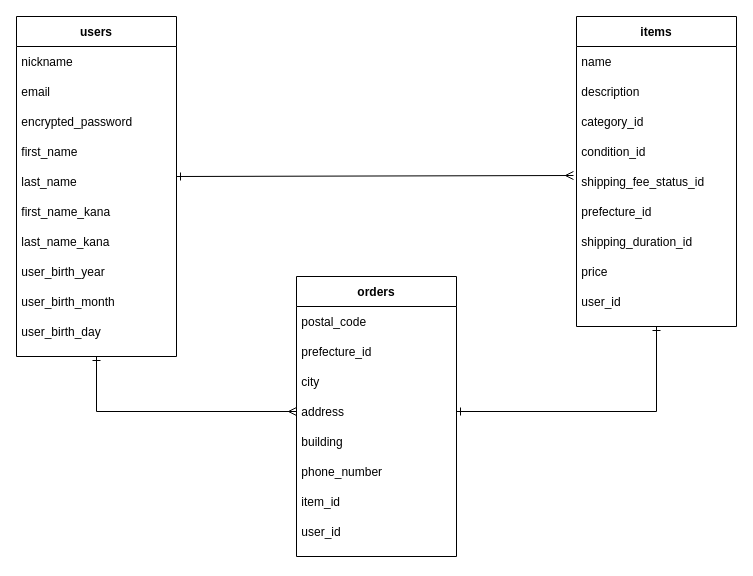
This is er.dio from miwakos/furima-36089, a draw.io file, before an edit. Source tidied: cells renumbered, new cells numbered last; positions are measured from the earlier drawing's top-left corner, leaving out a move shared by most shapes. Both pictures are drawn from the tidied source at 100%, with x=0, y=0 at pixel (16, 16).
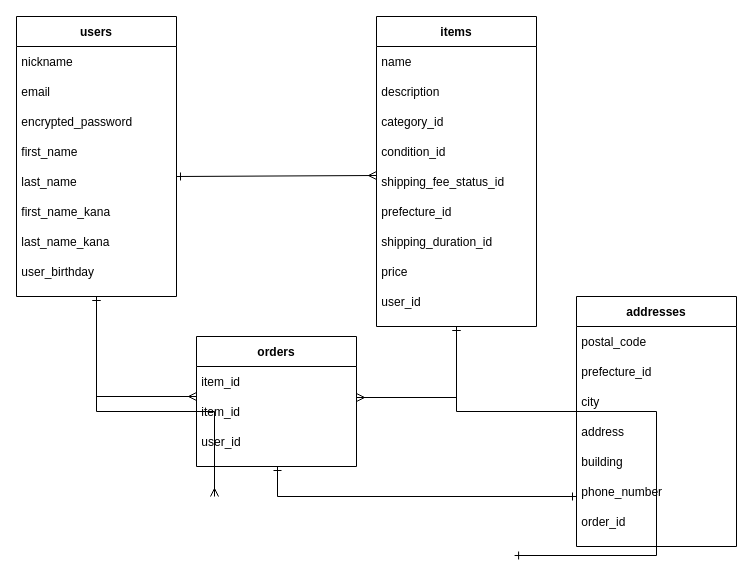
The same diagram, later.

Commit message (it also covers changes not shown here):
データベース設計の修正

The change refers to these unchanged cells:
```xml
<mxCell id="32" style="shape=partialRectangle;fillColor=none;top=0;left=0;bottom=0;right=0;points=[[0,0.5],[1,0.5]];portConstraint=eastwest;" parent="23" vertex="1">
  <mxGeometry y="150" width="160" height="30" as="geometry" />
</mxCell>
```

Change to the diagram source:
```diff
@@
     <mxCell id="2" value="users" style="shape=table;startSize=30;childLayout=tableLayout;rowLines=0;fontStyle=1;align=center;" parent="1" vertex="1">
-      <mxGeometry width="160" height="340" as="geometry" />
+      <mxGeometry width="160" height="280" as="geometry" />
     </mxCell>
@@
-    <mxCell id="17" style="shape=partialRectangle;fillColor=none;top=0;left=0;bottom=0;right=0;" parent="2" vertex="1">
-      <mxGeometry y="240" width="160" height="30" as="geometry" />
-    </mxCell>
-    <mxCell id="18" value=" user_birth_year" style="shape=partialRectangle;fillColor=none;top=0;left=0;bottom=0;right=0;overflow=hidden;align=left;" parent="17" vertex="1">
-      <mxGeometry width="160" height="30" as="geometry" />
-    </mxCell>
-    <mxCell id="19" style="shape=partialRectangle;fillColor=none;top=0;left=0;bottom=0;right=0;" parent="2" vertex="1">
-      <mxGeometry y="270" width="160" height="30" as="geometry" />
-    </mxCell>
-    <mxCell id="20" value=" user_birth_month" style="shape=partialRectangle;fillColor=none;top=0;left=0;bottom=0;right=0;overflow=hidden;align=left;" parent="19" vertex="1">
-      <mxGeometry width="160" height="30" as="geometry" />
-    </mxCell>
     <mxCell id="21" style="shape=partialRectangle;fillColor=none;top=0;left=0;bottom=0;right=0;" parent="2" vertex="1">
-      <mxGeometry y="300" width="160" height="30" as="geometry" />
+      <mxGeometry y="240" width="160" height="30" as="geometry" />
     </mxCell>
-    <mxCell id="22" value=" user_birth_day" style="shape=partialRectangle;fillColor=none;top=0;left=0;bottom=0;right=0;overflow=hidden;align=left;" parent="21" vertex="1">
+    <mxCell id="22" value=" user_birthday" style="shape=partialRectangle;fillColor=none;top=0;left=0;bottom=0;right=0;overflow=hidden;align=left;" parent="21" vertex="1">
       <mxGeometry width="160" height="30" as="geometry" />
     </mxCell>
     <mxCell id="23" value="items" style="shape=table;startSize=30;childLayout=tableLayout;rowLines=0;fontStyle=1;align=center;" parent="1" vertex="1">
-      <mxGeometry x="560" width="160" height="310" as="geometry" />
+      <mxGeometry x="360" width="160" height="310" as="geometry" />
     </mxCell>
@@
     <mxCell id="42" value="orders" style="shape=table;startSize=30;childLayout=tableLayout;rowLines=0;fontStyle=1;align=center;" parent="1" vertex="1">
-      <mxGeometry x="280" y="260" width="160" height="280" as="geometry" />
+      <mxGeometry x="180" y="320" width="160" height="130" as="geometry" />
     </mxCell>
+    <mxCell id="55" style="shape=partialRectangle;fillColor=none;top=0;left=0;bottom=0;right=0;" parent="42" vertex="1">
+      <mxGeometry y="30" width="160" height="30" as="geometry" />
+    </mxCell>
+    <mxCell id="56" value=" item_id" style="shape=partialRectangle;fillColor=none;top=0;left=0;bottom=0;right=0;overflow=hidden;align=left;" parent="55" vertex="1">
+      <mxGeometry width="160" height="30" as="geometry" />
+    </mxCell>
+    <mxCell id="62" style="shape=partialRectangle;fillColor=none;top=0;left=0;bottom=0;right=0;" parent="42" vertex="1">
+      <mxGeometry y="60" width="160" height="30" as="geometry" />
+    </mxCell>
+    <mxCell id="63" value=" item_id" style="shape=partialRectangle;fillColor=none;top=0;left=0;bottom=0;right=0;overflow=hidden;align=left;" parent="62" vertex="1">
+      <mxGeometry width="160" height="30" as="geometry" />
+    </mxCell>
+    <mxCell id="57" style="shape=partialRectangle;fillColor=none;top=0;left=0;bottom=0;right=0;" parent="42" vertex="1">
+      <mxGeometry y="90" width="160" height="30" as="geometry" />
+    </mxCell>
+    <mxCell id="58" value=" user_id" style="shape=partialRectangle;fillColor=none;top=0;left=0;bottom=0;right=0;overflow=hidden;align=left;" parent="57" vertex="1">
+      <mxGeometry width="160" height="30" as="geometry" />
+    </mxCell>
+    <mxCell id="59" style="fontSize=12;html=1;endArrow=ERmany;startArrow=ERone;startFill=0;endFill=0;rounded=0;" parent="1" edge="1">
+      <mxGeometry relative="1" as="geometry">
+        <mxPoint x="160" y="160" as="sourcePoint" />
+        <mxPoint x="360" y="159" as="targetPoint" />
+      </mxGeometry>
+    </mxCell>
+    <mxCell id="60" style="edgeStyle=orthogonalEdgeStyle;fontSize=12;html=1;endArrow=ERmany;startArrow=ERone;startFill=0;endFill=0;rounded=0;exitX=0.5;exitY=1;exitDx=0;exitDy=0;entryX=0;entryY=0.5;entryDx=0;entryDy=0;" parent="1" edge="1" source="2">
+      <mxGeometry relative="1" as="geometry">
+        <mxPoint x="198" y="480" as="targetPoint" />
+        <Array as="points">
+          <mxPoint x="80" y="395" />
+        </Array>
+      </mxGeometry>
+    </mxCell>
+    <mxCell id="61" style="edgeStyle=orthogonalEdgeStyle;fontSize=12;html=1;endArrow=ERone;startArrow=ERone;entryX=1;entryY=0.5;entryDx=0;entryDy=0;startFill=0;endFill=0;rounded=0;exitX=0.5;exitY=1;exitDx=0;exitDy=0;" parent="1" edge="1" source="23">
+      <mxGeometry relative="1" as="geometry">
+        <mxPoint x="498.1" y="539" as="targetPoint" />
+        <Array as="points">
+          <mxPoint x="640" y="395" />
+        </Array>
+      </mxGeometry>
+    </mxCell>
+    <mxCell id="64" value="addresses" style="shape=table;startSize=30;childLayout=tableLayout;rowLines=0;fontStyle=1;align=center;" parent="1" vertex="1">
+      <mxGeometry x="560" y="280" width="160" height="250" as="geometry" />
+    </mxCell>
-    <mxCell id="43" style="shape=partialRectangle;fillColor=none;top=0;left=0;bottom=0;right=0;" parent="42" vertex="1">
+    <mxCell id="43" style="shape=partialRectangle;fillColor=none;top=0;left=0;bottom=0;right=0;" parent="64" vertex="1">
       <mxGeometry y="30" width="160" height="30" as="geometry" />
     </mxCell>
@@
-    <mxCell id="45" style="shape=partialRectangle;fillColor=none;top=0;left=0;bottom=0;right=0;" parent="42" vertex="1">
-      <mxGeometry y="60" width="160" height="30" as="geometry" />
-    </mxCell>
+    <mxCell id="65" style="shape=partialRectangle;fillColor=none;top=0;left=0;bottom=0;right=0;" parent="64" vertex="1">
+      <mxGeometry y="60" width="160" height="30" as="geometry" />
+    </mxCell>
-    <mxCell id="46" value=" prefecture_id" style="shape=partialRectangle;fillColor=none;top=0;left=0;bottom=0;right=0;overflow=hidden;align=left;" parent="45" vertex="1">
+    <mxCell id="46" value=" prefecture_id" style="shape=partialRectangle;fillColor=none;top=0;left=0;bottom=0;right=0;overflow=hidden;align=left;" parent="65" vertex="1">
       <mxGeometry width="160" height="30" as="geometry" />
     </mxCell>
-    <mxCell id="47" style="shape=partialRectangle;fillColor=none;top=0;left=0;bottom=0;right=0;" parent="42" vertex="1">
+    <mxCell id="47" style="shape=partialRectangle;fillColor=none;top=0;left=0;bottom=0;right=0;" parent="64" vertex="1">
       <mxGeometry y="90" width="160" height="30" as="geometry" />
     </mxCell>
@@
-    <mxCell id="49" style="shape=partialRectangle;fillColor=none;top=0;left=0;bottom=0;right=0;points=[[0,0.5],[1,0.5]];portConstraint=eastwest;" parent="42" vertex="1">
+    <mxCell id="49" style="shape=partialRectangle;fillColor=none;top=0;left=0;bottom=0;right=0;points=[[0,0.5],[1,0.5]];portConstraint=eastwest;" parent="64" vertex="1">
       <mxGeometry y="120" width="160" height="30" as="geometry" />
     </mxCell>
@@
-    <mxCell id="51" style="shape=partialRectangle;fillColor=none;top=0;left=0;bottom=0;right=0;" parent="42" vertex="1">
+    <mxCell id="51" style="shape=partialRectangle;fillColor=none;top=0;left=0;bottom=0;right=0;" parent="64" vertex="1">
       <mxGeometry y="150" width="160" height="30" as="geometry" />
     </mxCell>
@@
-    <mxCell id="53" style="shape=partialRectangle;fillColor=none;top=0;left=0;bottom=0;right=0;" parent="42" vertex="1">
+    <mxCell id="53" style="shape=partialRectangle;fillColor=none;top=0;left=0;bottom=0;right=0;" parent="64" vertex="1">
       <mxGeometry y="180" width="160" height="30" as="geometry" />
     </mxCell>
@@
-    <mxCell id="55" style="shape=partialRectangle;fillColor=none;top=0;left=0;bottom=0;right=0;" parent="42" vertex="1">
-      <mxGeometry y="210" width="160" height="30" as="geometry" />
-    </mxCell>
-    <mxCell id="56" value=" item_id" style="shape=partialRectangle;fillColor=none;top=0;left=0;bottom=0;right=0;overflow=hidden;align=left;" parent="55" vertex="1">
-      <mxGeometry width="160" height="30" as="geometry" />
-    </mxCell>
-    <mxCell id="57" style="shape=partialRectangle;fillColor=none;top=0;left=0;bottom=0;right=0;" parent="42" vertex="1">
-      <mxGeometry y="240" width="160" height="30" as="geometry" />
-    </mxCell>
-    <mxCell id="58" value=" user_id" style="shape=partialRectangle;fillColor=none;top=0;left=0;bottom=0;right=0;overflow=hidden;align=left;" parent="57" vertex="1">
-      <mxGeometry width="160" height="30" as="geometry" />
-    </mxCell>
-    <mxCell id="59" style="fontSize=12;html=1;endArrow=ERmany;startArrow=ERone;entryX=-0.019;entryY=0.3;entryDx=0;entryDy=0;entryPerimeter=0;startFill=0;endFill=0;rounded=0;" parent="1" edge="1" target="32">
-      <mxGeometry relative="1" as="geometry">
-        <mxPoint x="160" y="160" as="sourcePoint" />
-      </mxGeometry>
-    </mxCell>
-    <mxCell id="60" style="edgeStyle=orthogonalEdgeStyle;fontSize=12;html=1;endArrow=ERmany;startArrow=ERone;startFill=0;endFill=0;rounded=0;exitX=0.5;exitY=1;exitDx=0;exitDy=0;entryX=0;entryY=0.5;entryDx=0;entryDy=0;" parent="1" edge="1" source="2" target="49">
-      <mxGeometry relative="1" as="geometry">
-        <Array as="points">
-          <mxPoint x="80" y="395" />
-        </Array>
-      </mxGeometry>
-    </mxCell>
-    <mxCell id="61" style="edgeStyle=orthogonalEdgeStyle;fontSize=12;html=1;endArrow=ERone;startArrow=ERone;entryX=1;entryY=0.5;entryDx=0;entryDy=0;startFill=0;endFill=0;rounded=0;exitX=0.5;exitY=1;exitDx=0;exitDy=0;" parent="1" edge="1" source="23" target="49">
-      <mxGeometry relative="1" as="geometry">
-        <Array as="points">
-          <mxPoint x="640" y="395" />
-        </Array>
-      </mxGeometry>
-    </mxCell>
+    <mxCell id="66" style="shape=partialRectangle;fillColor=none;top=0;left=0;bottom=0;right=0;" parent="64" vertex="1">
+      <mxGeometry y="210" width="160" height="30" as="geometry" />
+    </mxCell>
+    <mxCell id="67" value=" order_id" style="shape=partialRectangle;fillColor=none;top=0;left=0;bottom=0;right=0;overflow=hidden;align=left;" parent="66" vertex="1">
+      <mxGeometry width="160" height="30" as="geometry" />
+    </mxCell>
+    <mxCell id="68" style="edgeStyle=orthogonalEdgeStyle;fontSize=12;html=1;endArrow=ERmany;rounded=0;startArrow=ERone;startFill=0;exitX=0.5;exitY=1;exitDx=0;exitDy=0;" parent="1" edge="1" source="2">
+      <mxGeometry relative="1" as="geometry">
+        <mxPoint x="180" y="380" as="targetPoint" />
+        <Array as="points">
+          <mxPoint x="80" y="380" />
+        </Array>
+      </mxGeometry>
+    </mxCell>
+    <mxCell id="69" style="edgeStyle=orthogonalEdgeStyle;fontSize=12;html=1;endArrow=ERmany;rounded=0;startArrow=ERone;startFill=0;" parent="1" edge="1">
+      <mxGeometry relative="1" as="geometry">
+        <mxPoint x="440" y="310" as="sourcePoint" />
+        <mxPoint x="340" y="381" as="targetPoint" />
+        <Array as="points">
+          <mxPoint x="440" y="381" />
+        </Array>
+      </mxGeometry>
+    </mxCell>
+    <mxCell id="70" style="edgeStyle=orthogonalEdgeStyle;fontSize=12;html=1;endArrow=ERone;rounded=0;startArrow=ERone;startFill=0;endFill=0;" parent="1" edge="1">
+      <mxGeometry relative="1" as="geometry">
+        <mxPoint x="261" y="450" as="sourcePoint" />
+        <mxPoint x="560" y="480" as="targetPoint" />
+        <Array as="points">
+          <mxPoint x="261" y="480" />
+          <mxPoint x="560" y="480" />
+        </Array>
+      </mxGeometry>
+    </mxCell>
```
